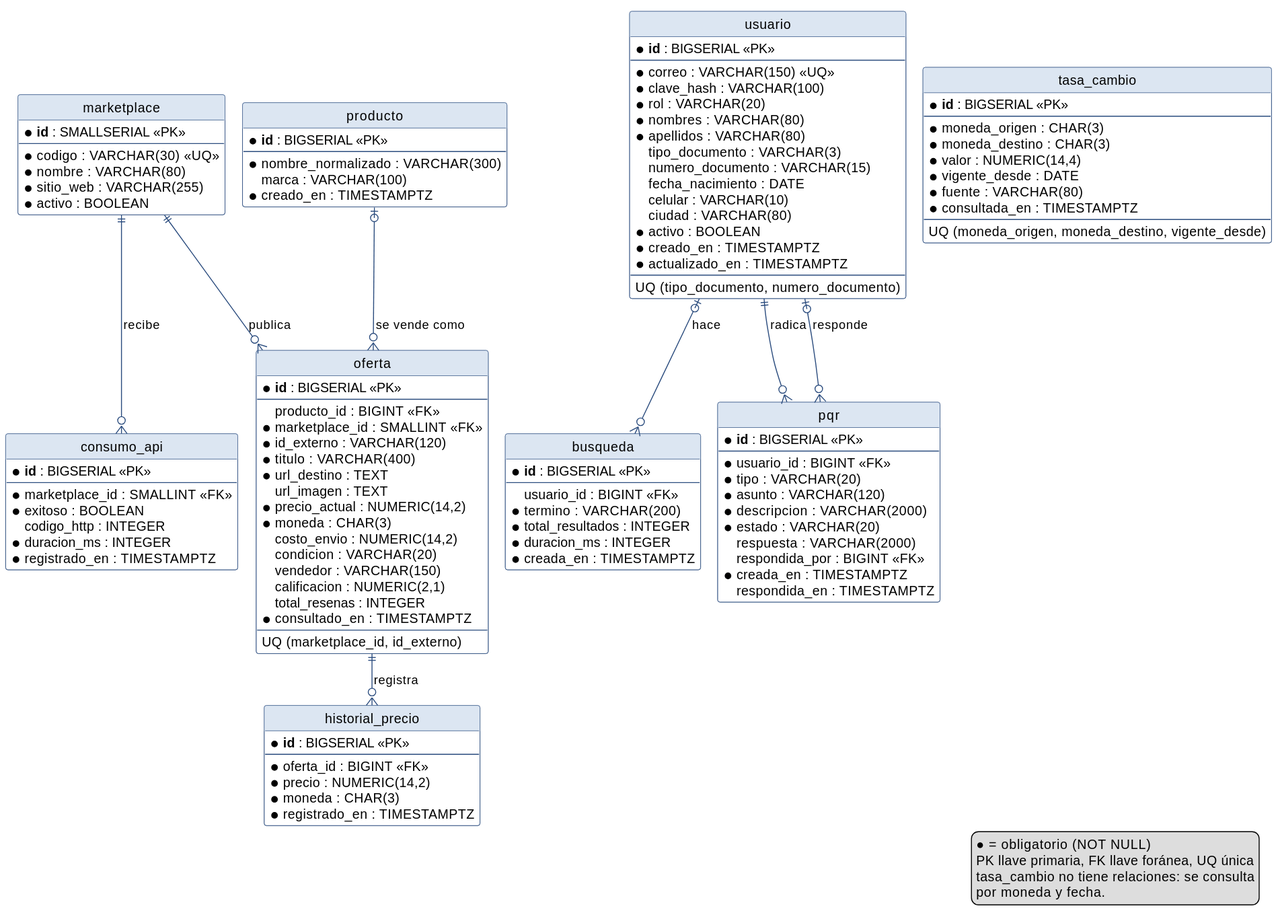
edavidguerra/Marketradar keeps this PlantUML diagram as base-de-datos/docs/mer/mer-marketradar.svg. Above is the earlier version. Its diagram source:
```plantuml
@startuml
!pragma layout smetana
hide circle
skinparam linetype ortho
skinparam shadowing false
skinparam defaultFontName Arial
skinparam class {
  BackgroundColor #FFFFFF
  BorderColor #2B4C7E
  HeaderBackgroundColor #DCE6F2
  ArrowColor #2B4C7E
}

entity "marketplace" as marketplace {
  * **id** : SMALLSERIAL <<PK>>
  --
  * codigo : VARCHAR(30) <<UQ>>
  * nombre : VARCHAR(80)
  * sitio_web : VARCHAR(255)
  * activo : BOOLEAN
}

entity "producto" as producto {
  * **id** : BIGSERIAL <<PK>>
  --
  * nombre_normalizado : VARCHAR(300)
    marca : VARCHAR(100)
  * creado_en : TIMESTAMPTZ
}

entity "oferta" as oferta {
  * **id** : BIGSERIAL <<PK>>
  --
    producto_id : BIGINT <<FK>>
  * marketplace_id : SMALLINT <<FK>>
  * id_externo : VARCHAR(120)
  * titulo : VARCHAR(400)
  * url_destino : TEXT
    url_imagen : TEXT
  * precio_actual : NUMERIC(14,2)
  * moneda : CHAR(3)
    costo_envio : NUMERIC(14,2)
    condicion : VARCHAR(20)
    vendedor : VARCHAR(150)
    calificacion : NUMERIC(2,1)
    total_resenas : INTEGER
  * consultado_en : TIMESTAMPTZ
  --
  UQ (marketplace_id, id_externo)
}

entity "historial_precio" as historial {
  * **id** : BIGSERIAL <<PK>>
  --
  * oferta_id : BIGINT <<FK>>
  * precio : NUMERIC(14,2)
  * moneda : CHAR(3)
  * registrado_en : TIMESTAMPTZ
}

entity "consumo_api" as consumo {
  * **id** : BIGSERIAL <<PK>>
  --
  * marketplace_id : SMALLINT <<FK>>
  * exitoso : BOOLEAN
    codigo_http : INTEGER
  * duracion_ms : INTEGER
  * registrado_en : TIMESTAMPTZ
}

entity "usuario" as usuario {
  * **id** : BIGSERIAL <<PK>>
  --
  * correo : VARCHAR(150) <<UQ>>
  * clave_hash : VARCHAR(100)
  * rol : VARCHAR(20)
  * nombres : VARCHAR(80)
  * apellidos : VARCHAR(80)
    tipo_documento : VARCHAR(3)
    numero_documento : VARCHAR(15)
    fecha_nacimiento : DATE
    celular : VARCHAR(10)
    ciudad : VARCHAR(80)
  * activo : BOOLEAN
  * creado_en : TIMESTAMPTZ
  * actualizado_en : TIMESTAMPTZ
  --
  UQ (tipo_documento, numero_documento)
}

entity "busqueda" as busqueda {
  * **id** : BIGSERIAL <<PK>>
  --
    usuario_id : BIGINT <<FK>>
  * termino : VARCHAR(200)
  * total_resultados : INTEGER
  * duracion_ms : INTEGER
  * creada_en : TIMESTAMPTZ
}

entity "pqr" as pqr {
  * **id** : BIGSERIAL <<PK>>
  --
  * usuario_id : BIGINT <<FK>>
  * tipo : VARCHAR(20)
  * asunto : VARCHAR(120)
  * descripcion : VARCHAR(2000)
  * estado : VARCHAR(20)
    respuesta : VARCHAR(2000)
    respondida_por : BIGINT <<FK>>
  * creada_en : TIMESTAMPTZ
    respondida_en : TIMESTAMPTZ
}

entity "tasa_cambio" as tasa {
  * **id** : BIGSERIAL <<PK>>
  --
  * moneda_origen : CHAR(3)
  * moneda_destino : CHAR(3)
  * valor : NUMERIC(14,4)
  * vigente_desde : DATE
  * fuente : VARCHAR(80)
  * consultada_en : TIMESTAMPTZ
  --
  UQ (moneda_origen, moneda_destino, vigente_desde)
}

marketplace ||--o{ oferta : "publica"
producto |o--o{ oferta : "se vende como"
oferta ||--o{ historial : "registra"
marketplace ||--o{ consumo : "recibe"
usuario |o--o{ busqueda : "hace"
usuario ||--o{ pqr : "radica"
usuario |o--o{ pqr : "responde"

legend right
  ● = obligatorio (NOT NULL)
  PK llave primaria, FK llave foránea, UQ única
  tasa_cambio no tiene relaciones: se consulta
  por moneda y fecha.
endlegend
@enduml
```
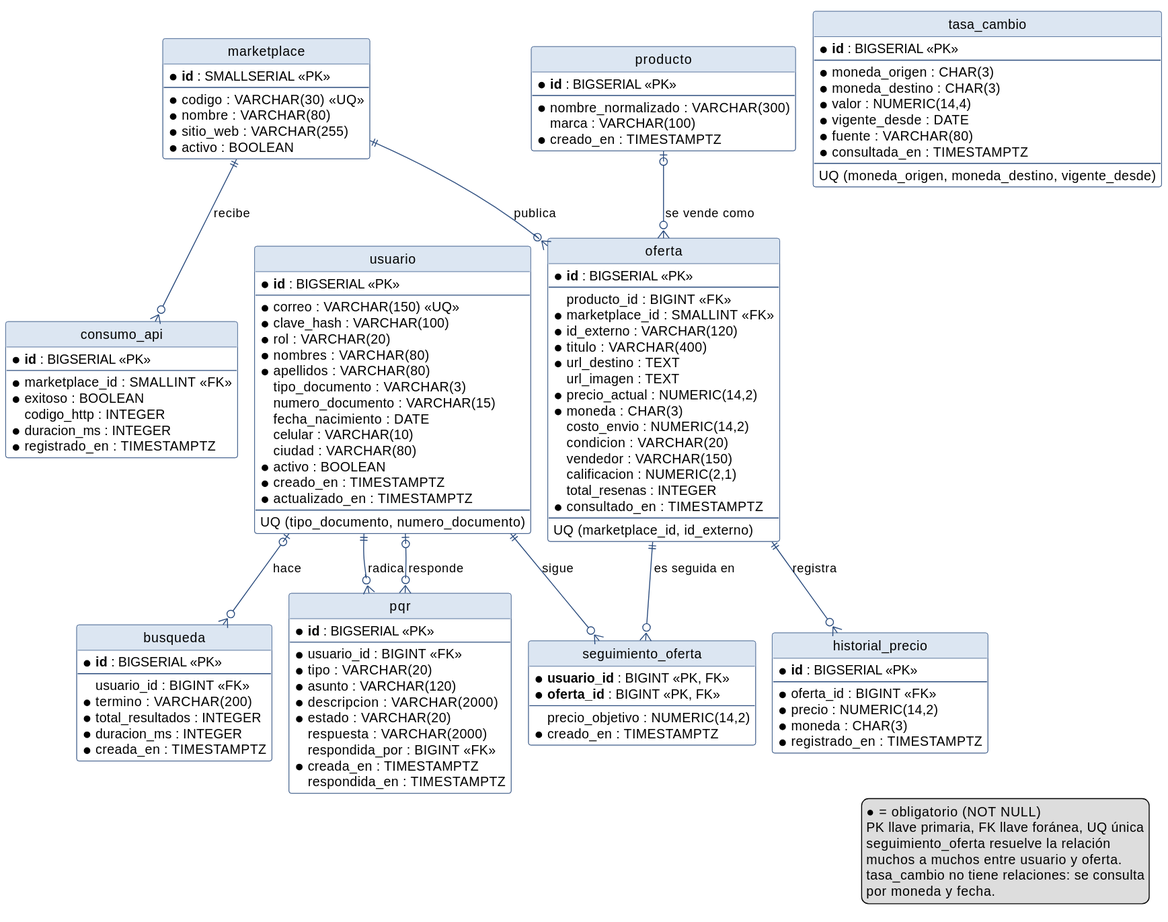
Above is the later version.

Commit message:
Agrega la relación de seguimiento de ofertas y nombra las restricciones de la base de datos

Change to the diagram source:
```diff
@@ -112,6 +112,14 @@
     respondida_en : TIMESTAMPTZ
 }
 
+entity "seguimiento_oferta" as seguimiento {
+  * **usuario_id** : BIGINT <<PK, FK>>
+  * **oferta_id** : BIGINT <<PK, FK>>
+  --
+    precio_objetivo : NUMERIC(14,2)
+  * creado_en : TIMESTAMPTZ
+}
+
 entity "tasa_cambio" as tasa {
   * **id** : BIGSERIAL <<PK>>
   --
@@ -132,10 +140,14 @@
 usuario |o--o{ busqueda : "hace"
 usuario ||--o{ pqr : "radica"
 usuario |o--o{ pqr : "responde"
+usuario ||--o{ seguimiento : "sigue"
+oferta ||--o{ seguimiento : "es seguida en"
 
 legend right
   ● = obligatorio (NOT NULL)
   PK llave primaria, FK llave foránea, UQ única
+  seguimiento_oferta resuelve la relación
+  muchos a muchos entre usuario y oferta.
   tasa_cambio no tiene relaciones: se consulta
   por moneda y fecha.
 endlegend
```
